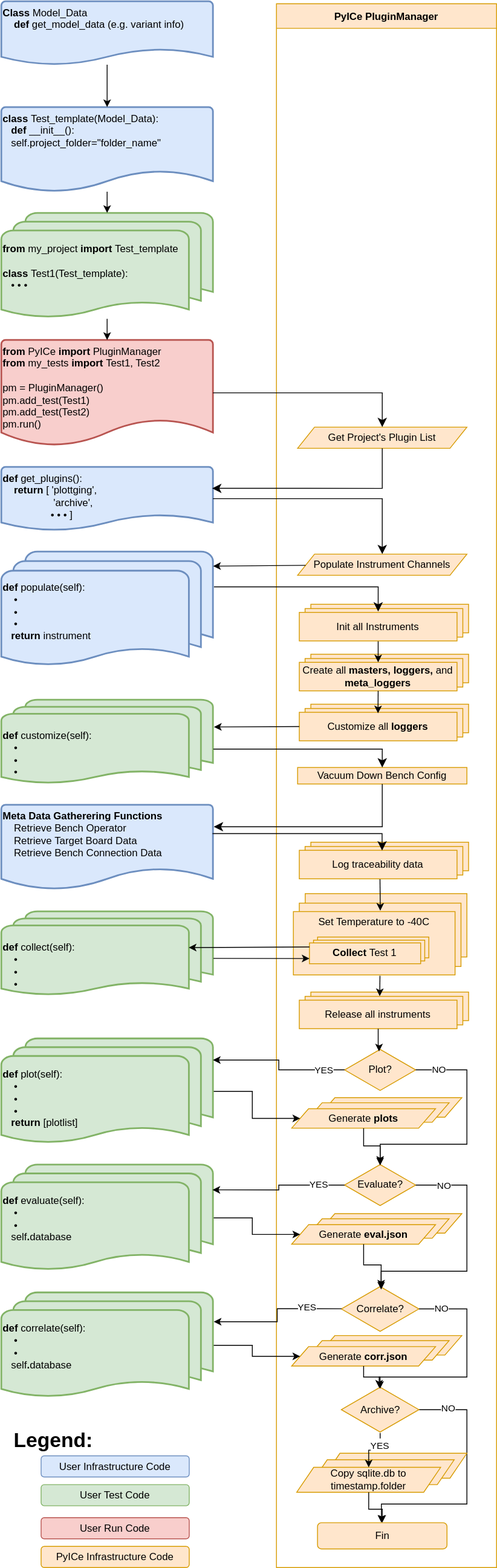
Above: docs/P.I.E. Manual/collateral/PyICe.drawio.svg in PyICe-ADI/PyICe (draw.io), before the change. Source tidied: cells renumbered, new cells last; positions are measured from the earlier drawing's top-left corner, leaving out a move shared by most shapes.
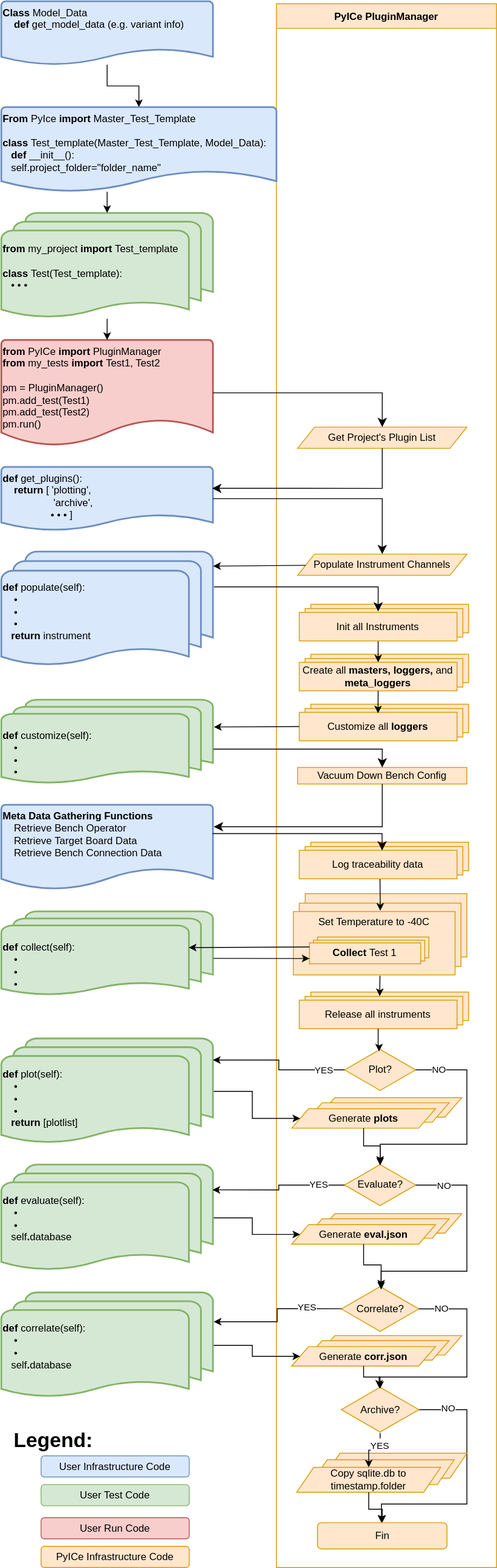
The same file after the commit.

The edit, as a diff of the source:
```diff
@@ -2,7 +2,7 @@
   <root>
     <mxCell id="0" />
     <mxCell id="1" parent="0" />
-    <mxCell id="2" value="&lt;div&gt;&lt;span style=&quot;background-color: initial;&quot;&gt;&lt;br&gt;&lt;/span&gt;&lt;/div&gt;&lt;span style=&quot;background-color: initial;&quot;&gt;&lt;div&gt;&lt;span style=&quot;background-color: initial;&quot;&gt;&lt;br&gt;&lt;/span&gt;&lt;/div&gt;&lt;div style=&quot;&quot;&gt;&lt;span style=&quot;background-color: initial;&quot;&gt;&lt;b style=&quot;font-weight: bold;&quot;&gt;from &lt;/b&gt;my_project &lt;b style=&quot;font-weight: bold;&quot;&gt;import &lt;/b&gt;Test_template&lt;/span&gt;&lt;/div&gt;&lt;div style=&quot;font-weight: bold;&quot;&gt;&lt;span style=&quot;background-color: initial;&quot;&gt;&lt;b&gt;&lt;br&gt;&lt;/b&gt;&lt;/span&gt;&lt;/div&gt;&lt;b&gt;class &lt;/b&gt;Test1(Test_template):&lt;/span&gt;&lt;div&gt;&amp;nbsp; &amp;nbsp;&lt;span style=&quot;background-color: initial;&quot;&gt;•&amp;nbsp;&lt;/span&gt;&lt;span style=&quot;background-color: initial;&quot;&gt;•&amp;nbsp;&lt;/span&gt;&lt;span style=&quot;background-color: initial;&quot;&gt;•&lt;/span&gt;&lt;/div&gt;" style="strokeWidth=2;html=1;shape=mxgraph.flowchart.multi-document;whiteSpace=wrap;align=left;verticalAlign=top;horizontal=1;fillColor=#d5e8d4;strokeColor=#82b366;" parent="1" vertex="1">
+    <mxCell id="2" value="&lt;div&gt;&lt;span style=&quot;background-color: initial;&quot;&gt;&lt;br&gt;&lt;/span&gt;&lt;/div&gt;&lt;span style=&quot;background-color: initial;&quot;&gt;&lt;div&gt;&lt;span style=&quot;background-color: initial;&quot;&gt;&lt;br&gt;&lt;/span&gt;&lt;/div&gt;&lt;div style=&quot;&quot;&gt;&lt;span style=&quot;background-color: initial;&quot;&gt;&lt;b style=&quot;font-weight: bold;&quot;&gt;from &lt;/b&gt;my_project &lt;b style=&quot;font-weight: bold;&quot;&gt;import &lt;/b&gt;Test_template&lt;/span&gt;&lt;/div&gt;&lt;div style=&quot;font-weight: bold;&quot;&gt;&lt;span style=&quot;background-color: initial;&quot;&gt;&lt;b&gt;&lt;br&gt;&lt;/b&gt;&lt;/span&gt;&lt;/div&gt;&lt;b&gt;class &lt;/b&gt;Test(Test_template):&lt;/span&gt;&lt;div&gt;&amp;nbsp; &amp;nbsp;&lt;span style=&quot;background-color: initial;&quot;&gt;•&amp;nbsp;&lt;/span&gt;&lt;span style=&quot;background-color: initial;&quot;&gt;•&amp;nbsp;&lt;/span&gt;&lt;span style=&quot;background-color: initial;&quot;&gt;•&lt;/span&gt;&lt;/div&gt;" style="strokeWidth=2;html=1;shape=mxgraph.flowchart.multi-document;whiteSpace=wrap;align=left;verticalAlign=top;horizontal=1;fillColor=#d5e8d4;strokeColor=#82b366;" parent="1" vertex="1">
       <mxGeometry y="250" width="250" height="125" as="geometry" />
     </mxCell>
     <mxCell id="3" value="&lt;b&gt;from&lt;/b&gt; PyICe &lt;b&gt;import &lt;/b&gt;PluginManager&lt;div&gt;&lt;b&gt;from &lt;/b&gt;my_tests&amp;nbsp;&lt;b&gt;import &lt;/b&gt;Test1, Test2&lt;/div&gt;&lt;div&gt;&lt;br&gt;&lt;/div&gt;&lt;div&gt;pm = PluginManager()&lt;/div&gt;&lt;div&gt;pm.add_test(Test1)&lt;/div&gt;&lt;div&gt;pm.add_test(Test2)&lt;br&gt;&lt;/div&gt;&lt;div&gt;&lt;div&gt;&lt;span style=&quot;background-color: initial;&quot;&gt;pm.run()&lt;/span&gt;&lt;br&gt;&lt;/div&gt;&lt;/div&gt;" style="strokeWidth=2;html=1;shape=mxgraph.flowchart.document2;whiteSpace=wrap;size=0.25;align=left;verticalAlign=top;fillColor=#f8cecc;strokeColor=#b85450;" parent="1" vertex="1">
@@ -273,8 +273,8 @@
     <mxCell id="78" value="&lt;div&gt;&lt;br&gt;&lt;/div&gt;&lt;div&gt;&lt;br&gt;&lt;/div&gt;&lt;b&gt;def &lt;/b&gt;populate(self):&lt;div&gt;&amp;nbsp; &amp;nbsp; •&lt;br&gt;&lt;/div&gt;&lt;div&gt;&amp;nbsp; &amp;nbsp; •&lt;br&gt;&lt;/div&gt;&lt;div&gt;&amp;nbsp; &amp;nbsp; •&lt;br&gt;&lt;/div&gt;&lt;div&gt;&lt;b style=&quot;background-color: initial;&quot;&gt;&amp;nbsp; &amp;nbsp;return &lt;/b&gt;&lt;span style=&quot;background-color: initial;&quot;&gt;instrument&lt;/span&gt;&lt;br&gt;&lt;/div&gt;" style="strokeWidth=2;html=1;shape=mxgraph.flowchart.multi-document;whiteSpace=wrap;align=left;verticalAlign=top;fillColor=#dae8fc;strokeColor=#6c8ebf;" parent="1" vertex="1">
       <mxGeometry y="650" width="250" height="136" as="geometry" />
     </mxCell>
-    <mxCell id="79" value="&lt;b&gt;class &lt;/b&gt;Test_template(Model_Data):&lt;div&gt;&amp;nbsp; &amp;nbsp;&lt;b&gt;def &lt;/b&gt;__init__():&lt;/div&gt;&lt;div&gt;&amp;nbsp; &amp;nbsp;self.project_folder=&quot;folder&lt;span style=&quot;background-color: initial;&quot;&gt;_name&quot;&lt;/span&gt;&lt;/div&gt;" style="strokeWidth=2;html=1;shape=mxgraph.flowchart.document2;whiteSpace=wrap;size=0.25;align=left;verticalAlign=top;fillColor=#dae8fc;strokeColor=#6c8ebf;" parent="1" vertex="1">
-      <mxGeometry y="125" width="250" height="100" as="geometry" />
+    <mxCell id="79" value="&lt;div&gt;&lt;b&gt;From &lt;/b&gt;PyIce &lt;b&gt;import&amp;nbsp;&lt;/b&gt;&lt;span style=&quot;background-color: initial;&quot;&gt;Master_Test_Template&lt;/span&gt;&lt;/div&gt;&lt;b&gt;&lt;div&gt;&lt;b&gt;&lt;br&gt;&lt;/b&gt;&lt;/div&gt;class &lt;/b&gt;Test_template(Master_Test_Template, Model_Data):&lt;div&gt;&amp;nbsp; &amp;nbsp;&lt;b&gt;def &lt;/b&gt;__init__():&lt;/div&gt;&lt;div&gt;&amp;nbsp; &amp;nbsp;self.project_folder=&quot;folder&lt;span style=&quot;background-color: initial;&quot;&gt;_name&quot;&lt;/span&gt;&lt;/div&gt;" style="strokeWidth=2;html=1;shape=mxgraph.flowchart.document2;whiteSpace=wrap;size=0.25;align=left;verticalAlign=top;fillColor=#dae8fc;strokeColor=#6c8ebf;" parent="1" vertex="1">
+      <mxGeometry y="125" width="325" height="100" as="geometry" />
     </mxCell>
     <mxCell id="80" style="edgeStyle=elbowEdgeStyle;elbow=horizontal;endArrow=classic;html=1;curved=0;rounded=0;endSize=8;startSize=8;exitX=1;exitY=0.5;exitDx=0;exitDy=0;exitPerimeter=0;entryX=0.5;entryY=0;entryDx=0;entryDy=0;" parent="1" edge="1" source="3" target="9">
       <mxGeometry relative="1" as="geometry">
@@ -283,7 +283,7 @@
         </Array>
       </mxGeometry>
     </mxCell>
-    <mxCell id="81" value="&lt;div&gt;&lt;b&gt;def &lt;/b&gt;get_plugins():&amp;nbsp; &amp;nbsp;&amp;nbsp;&lt;/div&gt;&lt;div&gt;&amp;nbsp; &amp;nbsp; &lt;b&gt;return &lt;/b&gt;[ 'plottging',&lt;/div&gt;&lt;div&gt;&amp;nbsp; &amp;nbsp; &amp;nbsp; &amp;nbsp; &amp;nbsp; &amp;nbsp; &amp;nbsp; &amp;nbsp; &amp;nbsp; 'archive',&lt;/div&gt;&lt;div&gt;&amp;nbsp; &amp;nbsp; &amp;nbsp; &amp;nbsp; &amp;nbsp; &amp;nbsp; &amp;nbsp; &amp;nbsp; &amp;nbsp;&lt;span style=&quot;background-color: initial;&quot;&gt;•&amp;nbsp;&lt;/span&gt;&lt;span style=&quot;background-color: initial;&quot;&gt;•&amp;nbsp;&lt;/span&gt;&lt;span style=&quot;background-color: initial;&quot;&gt;•&lt;/span&gt;&lt;span style=&quot;background-color: initial;&quot;&gt;&amp;nbsp;]&lt;/span&gt;&lt;/div&gt;" style="strokeWidth=2;html=1;shape=mxgraph.flowchart.document2;whiteSpace=wrap;size=0.25;align=left;verticalAlign=top;fillColor=#dae8fc;strokeColor=#6c8ebf;" parent="1" vertex="1">
+    <mxCell id="81" value="&lt;div&gt;&lt;b&gt;def &lt;/b&gt;get_plugins():&amp;nbsp; &amp;nbsp;&amp;nbsp;&lt;/div&gt;&lt;div&gt;&amp;nbsp; &amp;nbsp; &lt;b&gt;return &lt;/b&gt;[ 'plotting',&lt;/div&gt;&lt;div&gt;&amp;nbsp; &amp;nbsp; &amp;nbsp; &amp;nbsp; &amp;nbsp; &amp;nbsp; &amp;nbsp; &amp;nbsp; &amp;nbsp; 'archive',&lt;/div&gt;&lt;div&gt;&amp;nbsp; &amp;nbsp; &amp;nbsp; &amp;nbsp; &amp;nbsp; &amp;nbsp; &amp;nbsp; &amp;nbsp; &amp;nbsp;&lt;span style=&quot;background-color: initial;&quot;&gt;•&amp;nbsp;&lt;/span&gt;&lt;span style=&quot;background-color: initial;&quot;&gt;•&amp;nbsp;&lt;/span&gt;&lt;span style=&quot;background-color: initial;&quot;&gt;•&lt;/span&gt;&lt;span style=&quot;background-color: initial;&quot;&gt;&amp;nbsp;]&lt;/span&gt;&lt;/div&gt;" style="strokeWidth=2;html=1;shape=mxgraph.flowchart.document2;whiteSpace=wrap;size=0.25;align=left;verticalAlign=top;fillColor=#dae8fc;strokeColor=#6c8ebf;" parent="1" vertex="1">
       <mxGeometry y="550" width="250" height="75" as="geometry" />
     </mxCell>
     <mxCell id="82" style="edgeStyle=segmentEdgeStyle;endArrow=classic;html=1;curved=0;rounded=0;endSize=8;startSize=8;entryX=0.996;entryY=0.337;entryDx=0;entryDy=0;entryPerimeter=0;exitX=0.5;exitY=1;exitDx=0;exitDy=0;" parent="1" edge="1" source="9" target="81">
@@ -300,7 +300,7 @@
     <mxCell id="84" style="endArrow=classic;html=1;rounded=0;entryX=1.001;entryY=0.126;entryDx=0;entryDy=0;entryPerimeter=0;" parent="1" edge="1" source="10" target="78">
       <mxGeometry relative="1" as="geometry" />
     </mxCell>
-    <mxCell id="85" value="&lt;div&gt;&lt;b&gt;Meta Data Gatherering Functions&lt;/b&gt;&lt;/div&gt;&lt;div&gt;&amp;nbsp; &amp;nbsp; Retrieve Bench Operator&amp;nbsp; &amp;nbsp;&lt;/div&gt;&lt;div&gt;&lt;span style=&quot;background-color: initial;&quot;&gt;&amp;nbsp; &amp;nbsp;&amp;nbsp;&lt;/span&gt;Retrieve&amp;nbsp;&lt;span style=&quot;background-color: initial;&quot;&gt;Target Board Data&lt;/span&gt;&lt;br&gt;&lt;/div&gt;&lt;div&gt;&lt;span style=&quot;background-color: initial;&quot;&gt;&amp;nbsp; &amp;nbsp;&amp;nbsp;&lt;/span&gt;Retrieve&amp;nbsp;&lt;span style=&quot;background-color: initial;&quot;&gt;Bench Connection Data&lt;/span&gt;&lt;/div&gt;" style="strokeWidth=2;html=1;shape=mxgraph.flowchart.document2;whiteSpace=wrap;size=0.25;align=left;verticalAlign=top;fillColor=#dae8fc;strokeColor=#6c8ebf;" parent="1" vertex="1">
+    <mxCell id="85" value="&lt;div&gt;&lt;b&gt;Meta Data Gathering Functions&lt;/b&gt;&lt;/div&gt;&lt;div&gt;&amp;nbsp; &amp;nbsp; Retrieve Bench Operator&amp;nbsp; &amp;nbsp;&lt;/div&gt;&lt;div&gt;&lt;span style=&quot;background-color: initial;&quot;&gt;&amp;nbsp; &amp;nbsp;&amp;nbsp;&lt;/span&gt;Retrieve&amp;nbsp;&lt;span style=&quot;background-color: initial;&quot;&gt;Target Board Data&lt;/span&gt;&lt;br&gt;&lt;/div&gt;&lt;div&gt;&lt;span style=&quot;background-color: initial;&quot;&gt;&amp;nbsp; &amp;nbsp;&amp;nbsp;&lt;/span&gt;Retrieve&amp;nbsp;&lt;span style=&quot;background-color: initial;&quot;&gt;Bench Connection Data&lt;/span&gt;&lt;/div&gt;" style="strokeWidth=2;html=1;shape=mxgraph.flowchart.document2;whiteSpace=wrap;size=0.25;align=left;verticalAlign=top;fillColor=#dae8fc;strokeColor=#6c8ebf;" parent="1" vertex="1">
       <mxGeometry y="949" width="250" height="100" as="geometry" />
     </mxCell>
     <mxCell id="86" style="edgeStyle=segmentEdgeStyle;endArrow=classic;html=1;curved=0;rounded=0;endSize=8;startSize=8;exitX=0.998;exitY=0.341;exitDx=0;exitDy=0;exitPerimeter=0;entryX=0.525;entryY=0.006;entryDx=0;entryDy=0;entryPerimeter=0;" parent="1" edge="1" source="85" target="40">
@@ -350,7 +350,12 @@
       <mxGeometry relative="1" as="geometry" />
     </mxCell>
     <mxCell id="100" style="edgeStyle=orthogonalEdgeStyle;rounded=0;jettySize=auto;html=1;entryX=0.5;entryY=0;entryDx=0;entryDy=0;entryPerimeter=0;" parent="1" edge="1" source="79" target="2">
-      <mxGeometry relative="1" as="geometry" />
+      <mxGeometry relative="1" as="geometry">
+        <Array as="points">
+          <mxPoint x="150" y="225" />
+          <mxPoint x="150" y="225" />
+        </Array>
+      </mxGeometry>
     </mxCell>
     <mxCell id="101" style="edgeStyle=orthogonalEdgeStyle;rounded=0;jettySize=auto;html=1;entryX=0.5;entryY=0;entryDx=0;entryDy=0;entryPerimeter=0;" parent="1" edge="1" source="2" target="3">
       <mxGeometry relative="1" as="geometry" />
```
